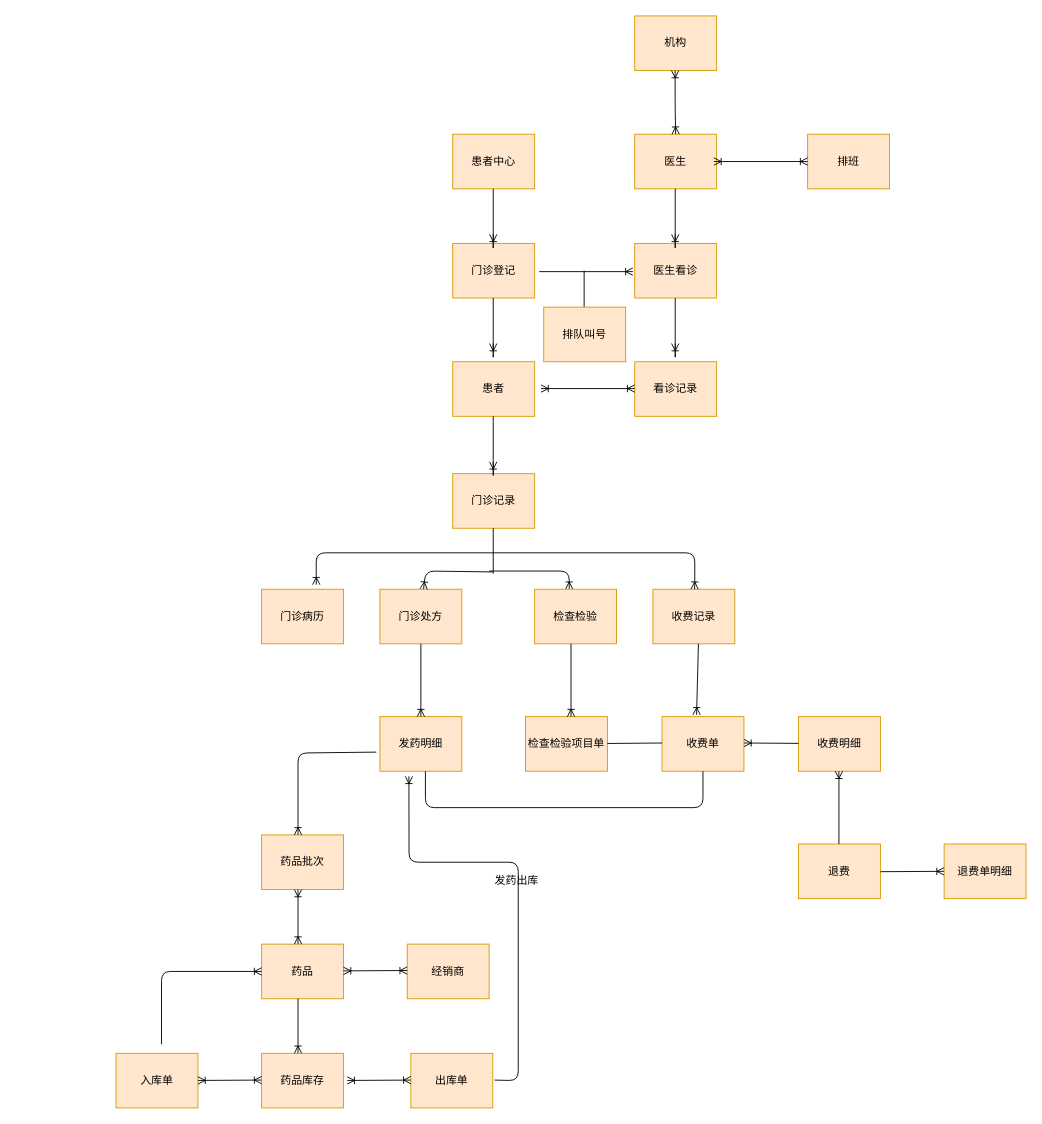
Above: 牙管家/数据er图.drawio in cherishsince/diagrams.net (draw.io), before the change. Source tidied: cells renumbered, new cells numbered last; positions are measured from the earlier drawing's top-left corner, leaving out a move shared by most shapes. Both pictures are drawn from the tidied source at 91%, with x=0, y=0 at pixel (116, 15).
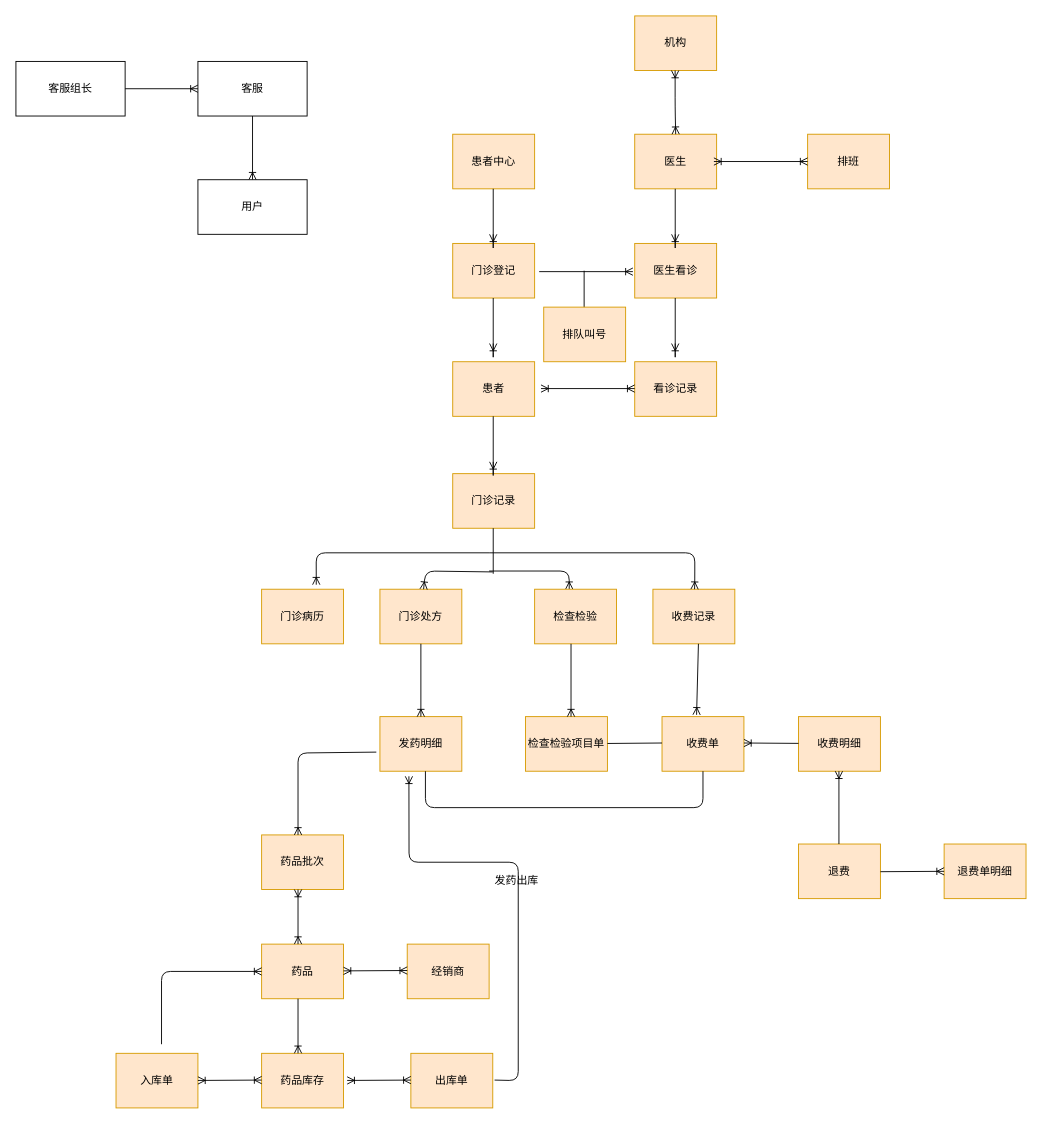
After the change.

Commit message (it also covers changes not shown here):
更新数据er图.drawio

What changed in the source:
```diff
@@
+    <mxCell id="62" value="客服组长" style="rounded=0;whiteSpace=wrap;html=1;" parent="1" vertex="1">
+      <mxGeometry x="-110" y="50" width="120" height="60" as="geometry" />
+    </mxCell>
+    <mxCell id="63" style="edgeStyle=orthogonalEdgeStyle;rounded=0;jettySize=auto;html=1;endArrow=none;endFill=0;startArrow=ERoneToMany;startFill=0;" parent="1" edge="1" source="64" target="62">
+      <mxGeometry relative="1" as="geometry" />
+    </mxCell>
+    <mxCell id="64" value="客服" style="rounded=0;whiteSpace=wrap;html=1;" parent="1" vertex="1">
+      <mxGeometry x="90" y="50" width="120" height="60" as="geometry" />
+    </mxCell>
+    <mxCell id="65" style="edgeStyle=orthogonalEdgeStyle;rounded=0;jettySize=auto;html=1;startArrow=ERoneToMany;startFill=0;endArrow=none;endFill=0;" parent="1" edge="1" source="66" target="64">
+      <mxGeometry relative="1" as="geometry" />
+    </mxCell>
+    <mxCell id="66" value="用户" style="rounded=0;whiteSpace=wrap;html=1;" parent="1" vertex="1">
+      <mxGeometry x="90" y="180" width="120" height="60" as="geometry" />
+    </mxCell>
```
